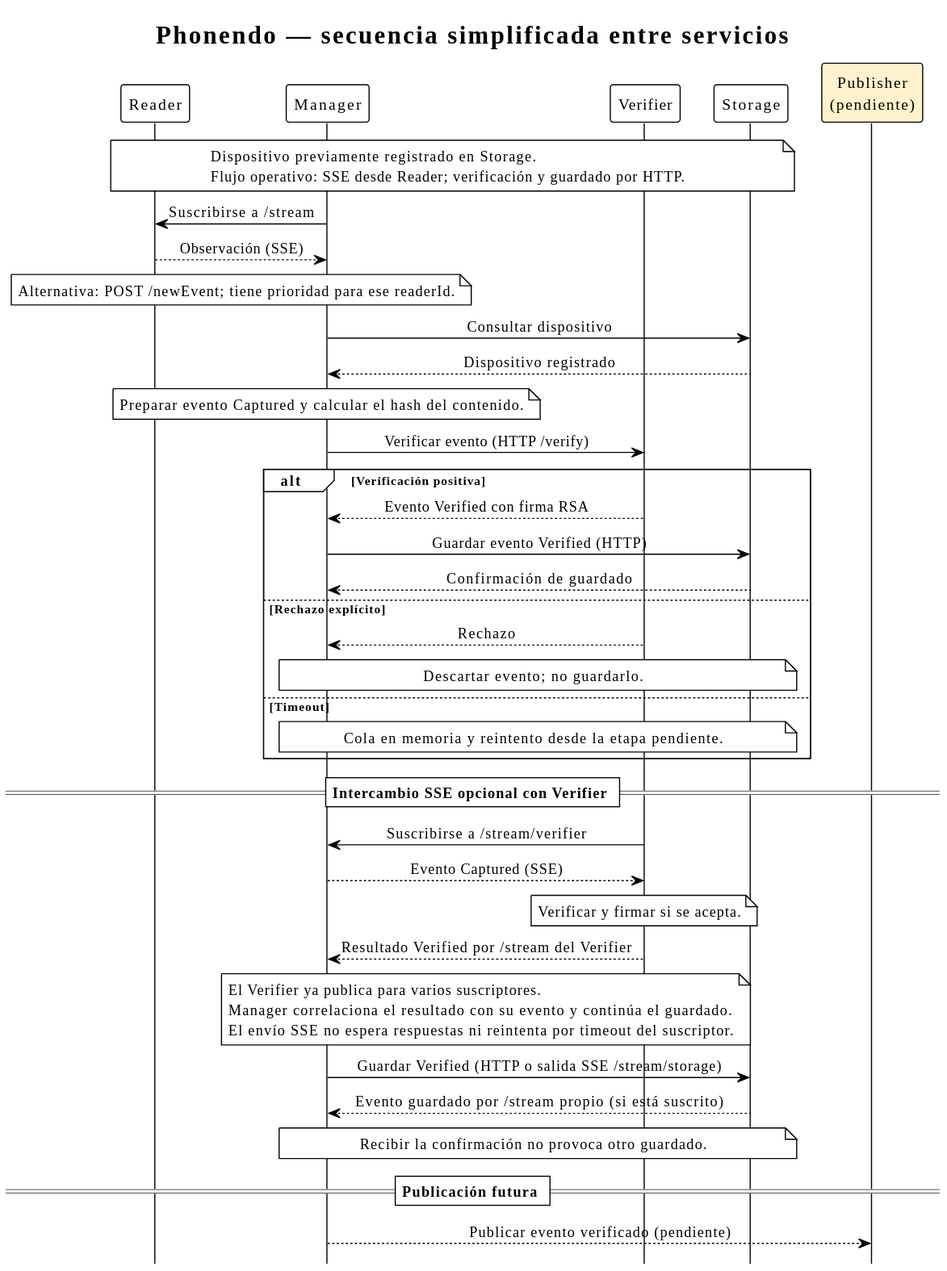
ParriCode/phonedo keeps this PlantUML diagram as docs/phonendo_secuencia.svg. Above is the earlier version.
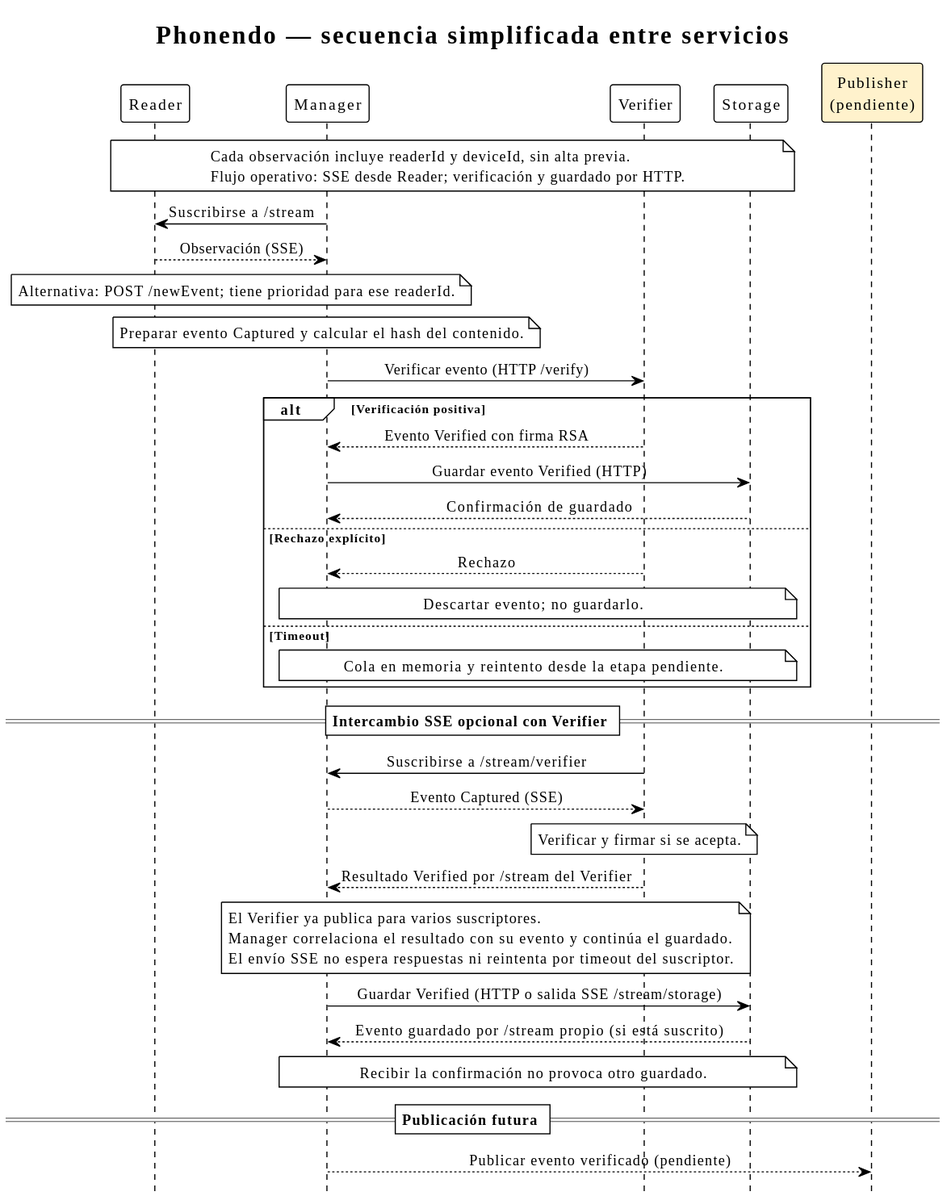
The same diagram one commit later.

What changed in the source:
```diff
@@ -12,14 +12,12 @@
 participant "Publisher\n(pendiente)" as P #FFF2CC
 
 note over R,S
-  Dispositivo previamente registrado en Storage.
+  Cada observación incluye readerId y deviceId, sin alta previa.
   Flujo operativo: SSE desde Reader; verificación y guardado por HTTP.
 end note
 M -> R : Suscribirse a /stream
 R --> M : Observación (SSE)
 note over R,M : Alternativa: POST /newEvent; tiene prioridad para ese readerId.
-M -> S : Consultar dispositivo
-S --> M : Dispositivo registrado
 note over M : Preparar evento Captured y calcular el hash del contenido.
 M -> V : Verificar evento (HTTP /verify)
 alt Verificación positiva
```
